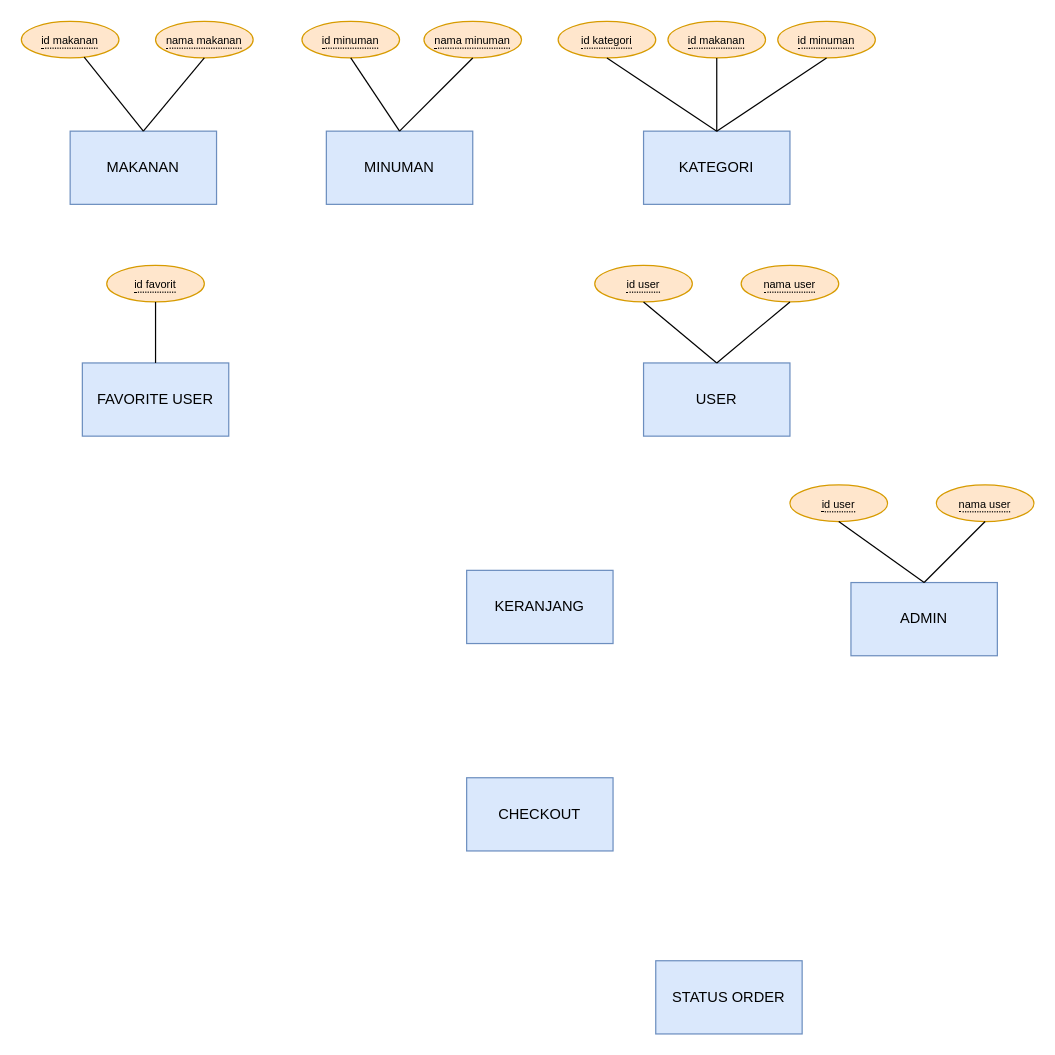
Before: pertemuan2/Untitled Diagram.drawio in romijatmiko/IF214002, a draw.io diagram. Source tidied: cells renumbered, new cells numbered last; positions are measured from the earlier drawing's top-left corner, leaving out a move shared by most shapes. Both pictures are drawn from the tidied source at 122%, with x=0, y=0 at pixel (21, 21).
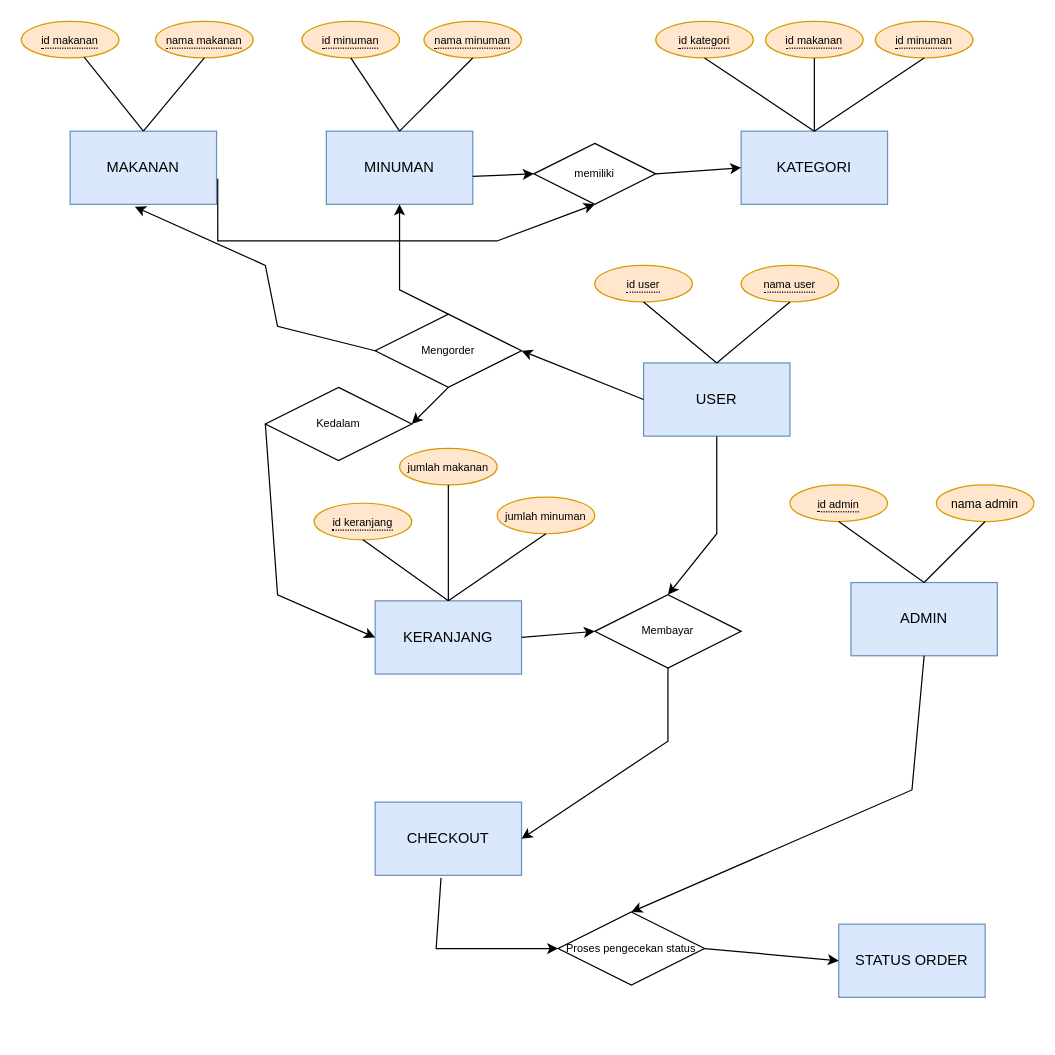
The same page after the edit.

Unchanged cells that the change refers to:
```xml
<mxCell id="2" value="USER" style="rounded=0;whiteSpace=wrap;html=1;fillColor=#dae8fc;strokeColor=#6c8ebf;" parent="1" vertex="1">
  <mxGeometry x="510" y="280" width="120" height="60" as="geometry" />
</mxCell>
<mxCell id="3" value="ADMIN" style="rounded=0;whiteSpace=wrap;html=1;fillColor=#dae8fc;strokeColor=#6c8ebf;" parent="1" vertex="1">
  <mxGeometry x="680" y="460" width="120" height="60" as="geometry" />
</mxCell>
<mxCell id="4" value="MAKANAN" style="rounded=0;whiteSpace=wrap;html=1;fillColor=#dae8fc;strokeColor=#6c8ebf;" parent="1" vertex="1">
  <mxGeometry x="40" y="90" width="120" height="60" as="geometry" />
</mxCell>
<mxCell id="5" value="MINUMAN" style="rounded=0;whiteSpace=wrap;html=1;fillColor=#dae8fc;strokeColor=#6c8ebf;" parent="1" vertex="1">
  <mxGeometry x="250" y="90" width="120" height="60" as="geometry" />
</mxCell>
```

The edit, as a diff of the source:
```diff
@@
     <mxCell id="6" value="KATEGORI" style="rounded=0;whiteSpace=wrap;html=1;fillColor=#dae8fc;strokeColor=#6c8ebf;" parent="1" vertex="1">
-      <mxGeometry x="510" y="90" width="120" height="60" as="geometry" />
+      <mxGeometry x="590" y="90" width="120" height="60" as="geometry" />
     </mxCell>
-    <mxCell id="7" value="FAVORITE USER" style="rounded=0;whiteSpace=wrap;html=1;fillColor=#dae8fc;strokeColor=#6c8ebf;" parent="1" vertex="1">
-      <mxGeometry x="50" y="280" width="120" height="60" as="geometry" />
-    </mxCell>
     <mxCell id="8" value="KERANJANG" style="rounded=0;whiteSpace=wrap;html=1;fillColor=#dae8fc;strokeColor=#6c8ebf;" parent="1" vertex="1">
-      <mxGeometry x="365" y="450" width="120" height="60" as="geometry" />
+      <mxGeometry x="290" y="475" width="120" height="60" as="geometry" />
     </mxCell>
     <mxCell id="9" value="CHECKOUT" style="rounded=0;whiteSpace=wrap;html=1;fillColor=#dae8fc;strokeColor=#6c8ebf;" parent="1" vertex="1">
-      <mxGeometry x="365" y="620" width="120" height="60" as="geometry" />
+      <mxGeometry x="290" y="640" width="120" height="60" as="geometry" />
     </mxCell>
     <mxCell id="10" value="STATUS ORDER" style="rounded=0;whiteSpace=wrap;html=1;fillColor=#dae8fc;strokeColor=#6c8ebf;" parent="1" vertex="1">
-      <mxGeometry x="520" y="770" width="120" height="60" as="geometry" />
+      <mxGeometry x="670" y="740" width="120" height="60" as="geometry" />
     </mxCell>
@@
     <mxCell id="19" value="&lt;span style=&quot;border-bottom: 1px dotted&quot;&gt;&lt;font style=&quot;font-size: 9px&quot;&gt;id minuman&lt;/font&gt;&lt;/span&gt;" style="ellipse;whiteSpace=wrap;html=1;align=center;fillColor=#ffe6cc;strokeColor=#d79b00;" parent="1" vertex="1">
-      <mxGeometry x="620" width="80" height="30" as="geometry" />
+      <mxGeometry x="700" width="80" height="30" as="geometry" />
     </mxCell>
     <mxCell id="20" value="&lt;span style=&quot;border-bottom: 1px dotted&quot;&gt;&lt;font style=&quot;font-size: 9px&quot;&gt;id makanan&lt;/font&gt;&lt;/span&gt;" style="ellipse;whiteSpace=wrap;html=1;align=center;fillColor=#ffe6cc;strokeColor=#d79b00;" parent="1" vertex="1">
-      <mxGeometry x="530" width="80" height="30" as="geometry" />
+      <mxGeometry x="610" width="80" height="30" as="geometry" />
     </mxCell>
     <mxCell id="21" value="&lt;span style=&quot;border-bottom: 1px dotted&quot;&gt;&lt;font style=&quot;font-size: 9px&quot;&gt;id kategori&lt;/font&gt;&lt;/span&gt;" style="ellipse;whiteSpace=wrap;html=1;align=center;fillColor=#ffe6cc;strokeColor=#d79b00;" parent="1" vertex="1">
-      <mxGeometry x="440" width="80" height="30" as="geometry" />
+      <mxGeometry x="520" width="80" height="30" as="geometry" />
     </mxCell>
@@
     <mxCell id="23" style="endArrow=none;html=1;rounded=0;fontSize=9;entryX=0.5;entryY=1;entryDx=0;entryDy=0;" parent="1" edge="1" target="20">
       <mxGeometry relative="1" as="geometry">
-        <mxPoint x="570" y="90" as="sourcePoint" />
+        <mxPoint x="650" y="90" as="sourcePoint" />
       </mxGeometry>
     </mxCell>
     <mxCell id="24" style="endArrow=none;html=1;rounded=0;fontSize=9;entryX=0.5;entryY=1;entryDx=0;entryDy=0;" parent="1" edge="1" target="19">
       <mxGeometry relative="1" as="geometry">
-        <mxPoint x="570" y="90" as="sourcePoint" />
+        <mxPoint x="650" y="90" as="sourcePoint" />
       </mxGeometry>
     </mxCell>
-    <mxCell id="25" value="&lt;span style=&quot;border-bottom: 1px dotted&quot;&gt;&lt;font style=&quot;font-size: 9px&quot;&gt;id favorit&lt;/font&gt;&lt;/span&gt;" style="ellipse;whiteSpace=wrap;html=1;align=center;fillColor=#ffe6cc;strokeColor=#d79b00;" parent="1" vertex="1">
-      <mxGeometry x="70" y="200" width="80" height="30" as="geometry" />
-    </mxCell>
-    <mxCell id="26" style="endArrow=none;html=1;rounded=0;fontSize=9;entryX=0.5;entryY=1;entryDx=0;entryDy=0;exitX=0.5;exitY=0;exitDx=0;exitDy=0;" parent="1" edge="1" source="7" target="25">
-      <mxGeometry relative="1" as="geometry" />
-    </mxCell>
@@
-    <mxCell id="29" value="&lt;span style=&quot;border-bottom: 1px dotted&quot;&gt;&lt;font style=&quot;font-size: 9px&quot;&gt;id user&lt;/font&gt;&lt;/span&gt;" style="ellipse;whiteSpace=wrap;html=1;align=center;fillColor=#ffe6cc;strokeColor=#d79b00;" parent="1" vertex="1">
+    <mxCell id="29" value="&lt;span style=&quot;border-bottom: 1px dotted&quot;&gt;&lt;font style=&quot;font-size: 9px&quot;&gt;id admin&lt;/font&gt;&lt;/span&gt;" style="ellipse;whiteSpace=wrap;html=1;align=center;fillColor=#ffe6cc;strokeColor=#d79b00;" parent="1" vertex="1">
       <mxGeometry x="630" y="380" width="80" height="30" as="geometry" />
     </mxCell>
-    <mxCell id="30" value="&lt;span style=&quot;border-bottom: 1px dotted&quot;&gt;&lt;font style=&quot;font-size: 9px&quot;&gt;nama user&lt;/font&gt;&lt;/span&gt;" style="ellipse;whiteSpace=wrap;html=1;align=center;fillColor=#ffe6cc;strokeColor=#d79b00;" parent="1" vertex="1">
+    <mxCell id="30" value="&lt;font size=&quot;1&quot;&gt;nama admin&lt;/font&gt;" style="ellipse;whiteSpace=wrap;html=1;align=center;fillColor=#ffe6cc;strokeColor=#d79b00;" parent="1" vertex="1">
       <mxGeometry x="750" y="380" width="80" height="30" as="geometry" />
     </mxCell>
@@
+    <mxCell id="35" value="&lt;span style=&quot;border-bottom: 1px dotted&quot;&gt;&lt;font style=&quot;font-size: 9px&quot;&gt;id keranjang&lt;/font&gt;&lt;/span&gt;" style="ellipse;whiteSpace=wrap;html=1;align=center;fillColor=#ffe6cc;strokeColor=#d79b00;" parent="1" vertex="1">
+      <mxGeometry x="240" y="395" width="80" height="30" as="geometry" />
+    </mxCell>
+    <mxCell id="36" value="&lt;font style=&quot;font-size: 9px&quot;&gt;jumlah makanan&lt;/font&gt;" style="ellipse;whiteSpace=wrap;html=1;align=center;fillColor=#ffe6cc;strokeColor=#d79b00;" parent="1" vertex="1">
+      <mxGeometry x="310" y="350" width="80" height="30" as="geometry" />
+    </mxCell>
+    <mxCell id="37" style="endArrow=none;html=1;rounded=0;fontSize=9;exitX=0.5;exitY=0;exitDx=0;exitDy=0;entryX=0.5;entryY=1;entryDx=0;entryDy=0;" parent="1" edge="1" target="35">
+      <mxGeometry relative="1" as="geometry">
+        <mxPoint x="350" y="475" as="sourcePoint" />
+      </mxGeometry>
+    </mxCell>
+    <mxCell id="38" style="endArrow=none;html=1;rounded=0;fontSize=9;exitX=0.5;exitY=0;exitDx=0;exitDy=0;entryX=0.5;entryY=1;entryDx=0;entryDy=0;" parent="1" edge="1" target="36">
+      <mxGeometry relative="1" as="geometry">
+        <mxPoint x="350" y="475" as="sourcePoint" />
+      </mxGeometry>
+    </mxCell>
+    <mxCell id="39" value="&lt;font style=&quot;font-size: 9px&quot;&gt;jumlah minuman&lt;/font&gt;" style="ellipse;whiteSpace=wrap;html=1;align=center;fillColor=#ffe6cc;strokeColor=#d79b00;" parent="1" vertex="1">
+      <mxGeometry x="390" y="390" width="80" height="30" as="geometry" />
+    </mxCell>
+    <mxCell id="40" style="endArrow=none;html=1;rounded=0;exitX=0.5;exitY=0;exitDx=0;exitDy=0;entryX=0.5;entryY=1;entryDx=0;entryDy=0;" parent="1" edge="1" source="8" target="39">
+      <mxGeometry relative="1" as="geometry" />
+    </mxCell>
+    <mxCell id="41" value="memiliki" style="shape=rhombus;perimeter=rhombusPerimeter;whiteSpace=wrap;html=1;align=center;fontSize=9;" parent="1" vertex="1">
+      <mxGeometry x="420" y="100" width="100" height="50" as="geometry" />
+    </mxCell>
+    <mxCell id="42" style="endArrow=classic;html=1;rounded=0;fontSize=9;entryX=0;entryY=0.5;entryDx=0;entryDy=0;exitX=1;exitY=0.617;exitDx=0;exitDy=0;exitPerimeter=0;" parent="1" edge="1" source="5" target="41">
+      <mxGeometry relative="1" as="geometry" />
+    </mxCell>
+    <mxCell id="43" style="endArrow=classic;html=1;rounded=0;fontSize=9;exitX=1.008;exitY=0.65;exitDx=0;exitDy=0;exitPerimeter=0;entryX=0.5;entryY=1;entryDx=0;entryDy=0;" parent="1" edge="1" source="4" target="41">
+      <mxGeometry relative="1" as="geometry">
+        <Array as="points">
+          <mxPoint x="161" y="180" />
+          <mxPoint x="390" y="180" />
+        </Array>
+      </mxGeometry>
+    </mxCell>
+    <mxCell id="44" style="endArrow=classic;html=1;rounded=0;fontSize=9;entryX=0;entryY=0.5;entryDx=0;entryDy=0;exitX=1;exitY=0.5;exitDx=0;exitDy=0;" parent="1" edge="1" source="41" target="6">
+      <mxGeometry relative="1" as="geometry" />
+    </mxCell>
+    <mxCell id="45" value="Mengorder" style="shape=rhombus;perimeter=rhombusPerimeter;whiteSpace=wrap;html=1;align=center;fontSize=9;" parent="1" vertex="1">
+      <mxGeometry x="290" y="240" width="120" height="60" as="geometry" />
+    </mxCell>
+    <mxCell id="46" style="endArrow=classic;html=1;rounded=0;fontSize=9;exitX=0;exitY=0.5;exitDx=0;exitDy=0;entryX=1;entryY=0.5;entryDx=0;entryDy=0;" parent="1" edge="1" source="2" target="45">
+      <mxGeometry relative="1" as="geometry" />
+    </mxCell>
+    <mxCell id="47" style="endArrow=classic;html=1;rounded=0;fontSize=9;entryX=0.5;entryY=1;entryDx=0;entryDy=0;exitX=0.5;exitY=0;exitDx=0;exitDy=0;" parent="1" edge="1" source="45" target="5">
+      <mxGeometry relative="1" as="geometry">
+        <Array as="points">
+          <mxPoint x="310" y="220" />
+        </Array>
+      </mxGeometry>
+    </mxCell>
+    <mxCell id="48" style="endArrow=classic;html=1;rounded=0;fontSize=9;exitX=0;exitY=0.5;exitDx=0;exitDy=0;entryX=0.442;entryY=1.033;entryDx=0;entryDy=0;entryPerimeter=0;" parent="1" edge="1" source="45" target="4">
+      <mxGeometry relative="1" as="geometry">
+        <Array as="points">
+          <mxPoint x="210" y="250" />
+          <mxPoint x="200" y="200" />
+        </Array>
+      </mxGeometry>
+    </mxCell>
+    <mxCell id="49" value="Kedalam" style="shape=rhombus;perimeter=rhombusPerimeter;whiteSpace=wrap;html=1;align=center;fontSize=9;" parent="1" vertex="1">
+      <mxGeometry x="200" y="300" width="120" height="60" as="geometry" />
+    </mxCell>
+    <mxCell id="50" style="endArrow=classic;html=1;rounded=0;fontSize=9;entryX=1;entryY=0.5;entryDx=0;entryDy=0;exitX=0.5;exitY=1;exitDx=0;exitDy=0;" parent="1" edge="1" source="45" target="49">
+      <mxGeometry relative="1" as="geometry" />
+    </mxCell>
+    <mxCell id="51" style="endArrow=classic;html=1;rounded=0;fontSize=9;entryX=0;entryY=0.5;entryDx=0;entryDy=0;exitX=0;exitY=0.5;exitDx=0;exitDy=0;" parent="1" edge="1" source="49" target="8">
+      <mxGeometry relative="1" as="geometry">
+        <Array as="points">
+          <mxPoint x="210" y="470" />
+        </Array>
+      </mxGeometry>
+    </mxCell>
+    <mxCell id="52" value="Membayar" style="shape=rhombus;perimeter=rhombusPerimeter;whiteSpace=wrap;html=1;align=center;fontSize=9;" parent="1" vertex="1">
+      <mxGeometry x="470" y="470" width="120" height="60" as="geometry" />
+    </mxCell>
+    <mxCell id="53" style="endArrow=classic;html=1;rounded=0;fontSize=9;exitX=0.5;exitY=1;exitDx=0;exitDy=0;entryX=0.5;entryY=0;entryDx=0;entryDy=0;" parent="1" edge="1" source="2" target="52">
+      <mxGeometry relative="1" as="geometry">
+        <Array as="points">
+          <mxPoint x="570" y="420" />
+        </Array>
+      </mxGeometry>
+    </mxCell>
+    <mxCell id="54" style="endArrow=classic;html=1;rounded=0;fontSize=9;exitX=1;exitY=0.5;exitDx=0;exitDy=0;entryX=0;entryY=0.5;entryDx=0;entryDy=0;" parent="1" edge="1" source="8" target="52">
+      <mxGeometry relative="1" as="geometry" />
+    </mxCell>
+    <mxCell id="55" style="endArrow=classic;html=1;rounded=0;fontSize=9;exitX=0.5;exitY=1;exitDx=0;exitDy=0;entryX=1;entryY=0.5;entryDx=0;entryDy=0;" parent="1" edge="1" source="52" target="9">
+      <mxGeometry relative="1" as="geometry">
+        <Array as="points">
+          <mxPoint x="530" y="590" />
+        </Array>
+      </mxGeometry>
+    </mxCell>
+    <mxCell id="56" value="Proses pengecekan status" style="shape=rhombus;perimeter=rhombusPerimeter;whiteSpace=wrap;html=1;align=center;fontSize=9;" parent="1" vertex="1">
+      <mxGeometry x="440" y="730" width="120" height="60" as="geometry" />
+    </mxCell>
+    <mxCell id="57" style="endArrow=classic;html=1;rounded=0;fontSize=9;exitX=0.45;exitY=1.033;exitDx=0;exitDy=0;exitPerimeter=0;entryX=0;entryY=0.5;entryDx=0;entryDy=0;" parent="1" edge="1" source="9" target="56">
+      <mxGeometry relative="1" as="geometry">
+        <Array as="points">
+          <mxPoint x="340" y="760" />
+        </Array>
+      </mxGeometry>
+    </mxCell>
+    <mxCell id="58" style="endArrow=classic;html=1;rounded=0;fontSize=9;exitX=0.5;exitY=1;exitDx=0;exitDy=0;entryX=0.5;entryY=0;entryDx=0;entryDy=0;" parent="1" edge="1" source="3" target="56">
+      <mxGeometry relative="1" as="geometry">
+        <Array as="points">
+          <mxPoint x="730" y="630" />
+        </Array>
+      </mxGeometry>
+    </mxCell>
+    <mxCell id="59" style="endArrow=classic;html=1;rounded=0;fontSize=9;exitX=1;exitY=0.5;exitDx=0;exitDy=0;entryX=0;entryY=0.5;entryDx=0;entryDy=0;" parent="1" edge="1" source="56" target="10">
+      <mxGeometry relative="1" as="geometry" />
+    </mxCell>
```
